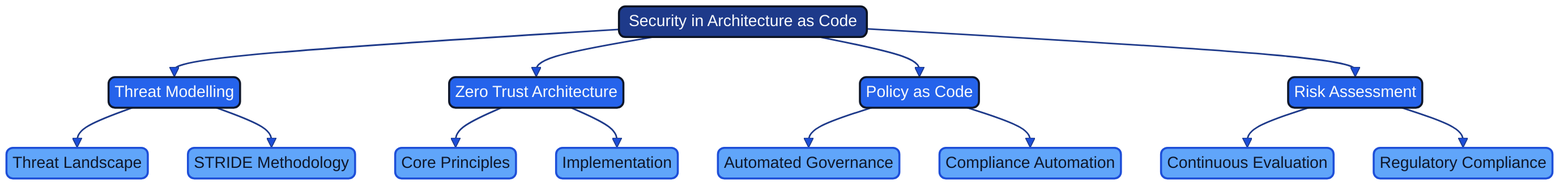
Above: docs/images/mindmap_10_security_overview.png in Geonitab/architecture_as_code (Mermaid), before the change. Its source is kept beside it as docs/images/mindmap_10_security_overview.mmd. Its diagram source:
```mermaid
graph TD
    ROOT(["Security in Architecture as Code"]):::geon-primary
    ROOT --> TM["Threat Modelling"]:::geon-accent
    ROOT --> ZT["Zero Trust Architecture"]:::geon-accent
    ROOT --> PC["Policy as Code"]:::geon-accent
    ROOT --> RA["Risk Assessment"]:::geon-accent
    TM --> TM1["Threat Landscape"]:::geon-highlight
    TM --> TM2["STRIDE Methodology"]:::geon-highlight
    ZT --> ZT1["Core Principles"]:::geon-highlight
    ZT --> ZT2["Implementation"]:::geon-highlight
    PC --> PC1["Automated Governance"]:::geon-highlight
    PC --> PC2["Compliance Automation"]:::geon-highlight
    RA --> RA1["Continuous Evaluation"]:::geon-highlight
    RA --> RA2["Regulatory Compliance"]:::geon-highlight
```
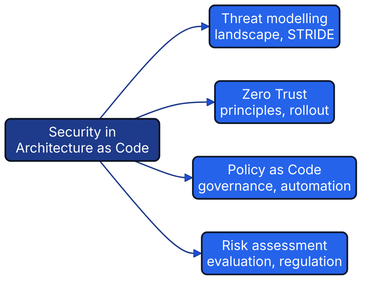
After the change.

What changed in the source:
```diff
@@ -1,14 +1,10 @@
-graph TD
-    ROOT(["Security in Architecture as Code"]):::geon-primary
-    ROOT --> TM["Threat Modelling"]:::geon-accent
-    ROOT --> ZT["Zero Trust Architecture"]:::geon-accent
-    ROOT --> PC["Policy as Code"]:::geon-accent
-    ROOT --> RA["Risk Assessment"]:::geon-accent
-    TM --> TM1["Threat Landscape"]:::geon-highlight
-    TM --> TM2["STRIDE Methodology"]:::geon-highlight
-    ZT --> ZT1["Core Principles"]:::geon-highlight
-    ZT --> ZT2["Implementation"]:::geon-highlight
-    PC --> PC1["Automated Governance"]:::geon-highlight
-    PC --> PC2["Compliance Automation"]:::geon-highlight
-    RA --> RA1["Continuous Evaluation"]:::geon-highlight
-    RA --> RA2["Regulatory Compliance"]:::geon-highlight
+flowchart LR
+    ROOT(["Security in<br/>Architecture as Code"]):::geon-primary
+    TM["Threat modelling<br/>landscape, STRIDE"]:::geon-accent
+    ZT["Zero Trust<br/>principles, rollout"]:::geon-accent
+    PC["Policy as Code<br/>governance, automation"]:::geon-accent
+    RA["Risk assessment<br/>evaluation, regulation"]:::geon-accent
+    ROOT --> TM
+    ROOT --> ZT
+    ROOT --> PC
+    ROOT --> RA
```
